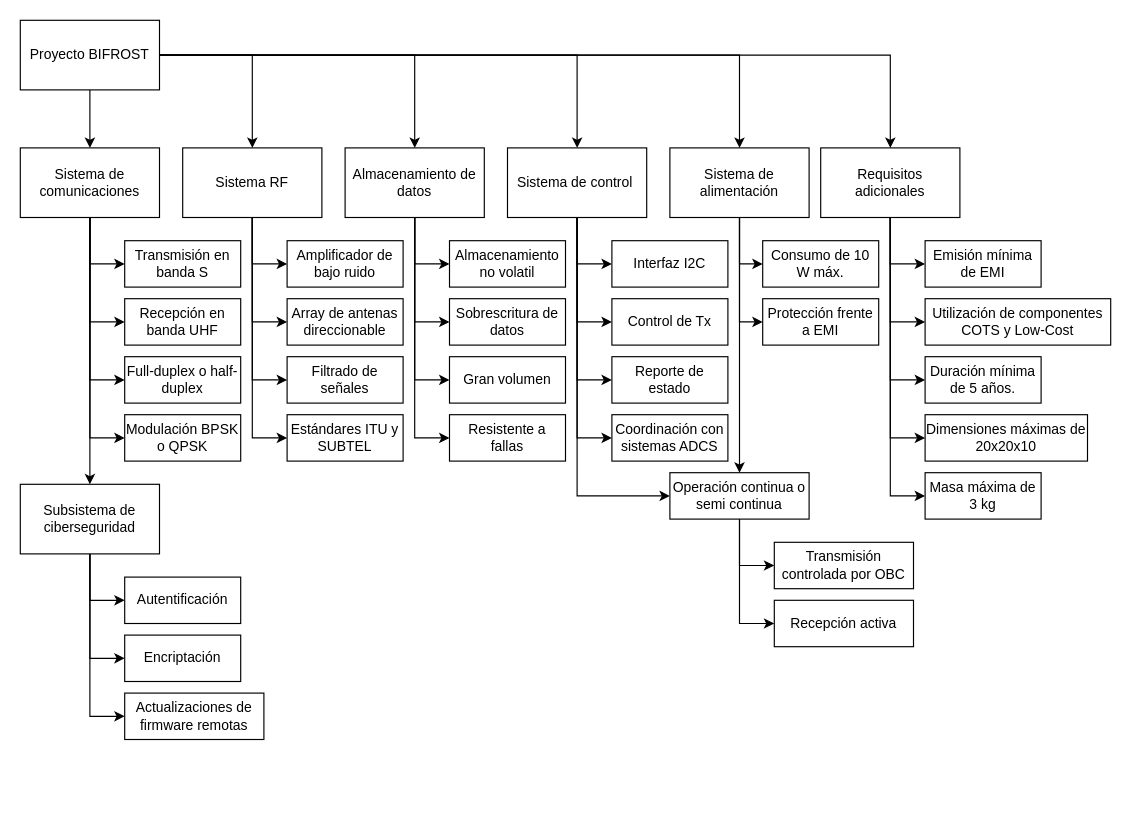
Nayco-u/practica_dts keeps this draw.io diagram as BIFROST_TLD.drawio. Above is the earlier version. Source tidied: cells renumbered, new cells numbered last; positions are measured from the earlier drawing's top-left corner, leaving out a move shared by most shapes. Both pictures are drawn from the tidied source at 116%, with x=0, y=0 at pixel (20, 20).
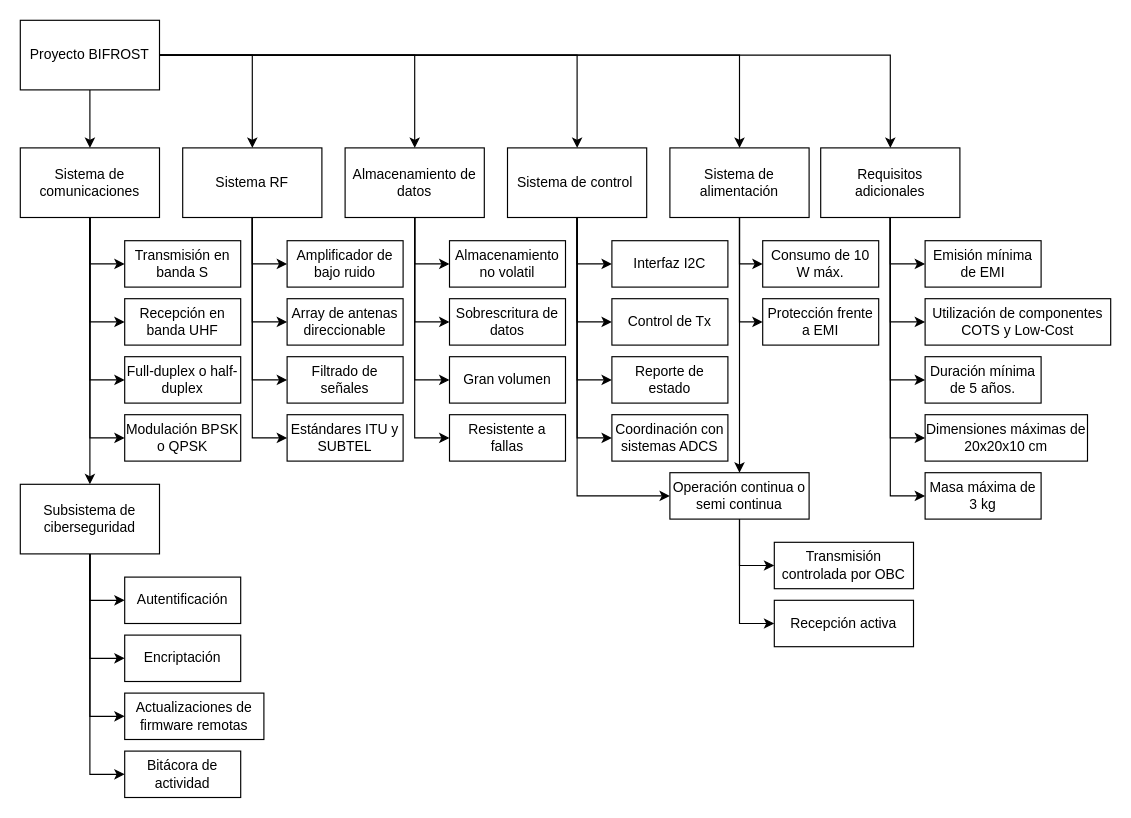
The same diagram, later.

Unchanged cells that the change refers to:
```xml
<mxCell id="61" value="Subsistema de ciberseguridad" style="whiteSpace=wrap;html=1;rounded=0;" parent="1" vertex="1">
  <mxGeometry y="400" width="120" height="60" as="geometry" />
</mxCell>
```

Diff of the diagram source:
```diff
@@
+    <mxCell id="76" style="edgeStyle=orthogonalEdgeStyle;rounded=0;jettySize=auto;html=1;entryX=0;entryY=0.5;entryDx=0;entryDy=0;" parent="1" edge="1" source="61" target="77">
+      <mxGeometry relative="1" as="geometry" />
+    </mxCell>
@@
-    <mxCell id="74" value="Dimensiones máximas de 20x20x10" style="rounded=0;whiteSpace=wrap;html=1;" parent="1" vertex="1">
+    <mxCell id="74" value="Dimensiones máximas de 20x20x10 cm" style="rounded=0;whiteSpace=wrap;html=1;" parent="1" vertex="1">
       <mxGeometry x="780" y="340" width="140" height="40" as="geometry" />
     </mxCell>
@@
+    <mxCell id="77" value="Bitácora de actividad" style="whiteSpace=wrap;html=1;rounded=0;" parent="1" vertex="1">
+      <mxGeometry x="90" y="630" width="100" height="40" as="geometry" />
+    </mxCell>
```
